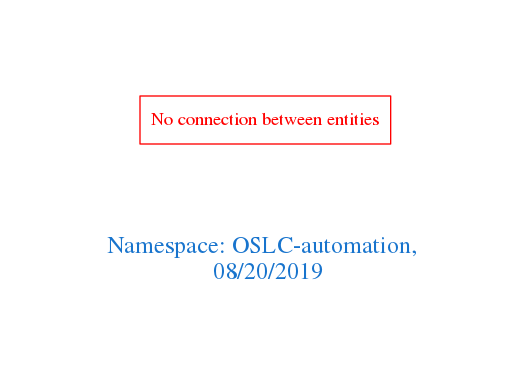
Before: downloads/OSLC-automation.png, a diagram exported from Graphviz (arago/OGIT). Its source is kept beside it as downloads/OSLC-automation.dot.
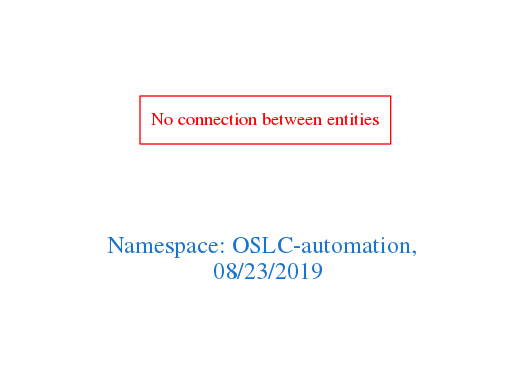
After the commit.

What changed in the source:
```diff
@@ -1,7 +1,7 @@
 digraph OGIT_ontology {
  graph [ rankdir= LR,pad=1
 fontsize = 18,
-fontcolor= dodgerblue3,label = "\n\n\nNamespace: OSLC-automation, \n 08/20/2019"];
+fontcolor= dodgerblue3,label = "\n\n\nNamespace: OSLC-automation, \n 08/23/2019"];
 node[shape=polygon];
 edge [  color="gray81"];
 
```
